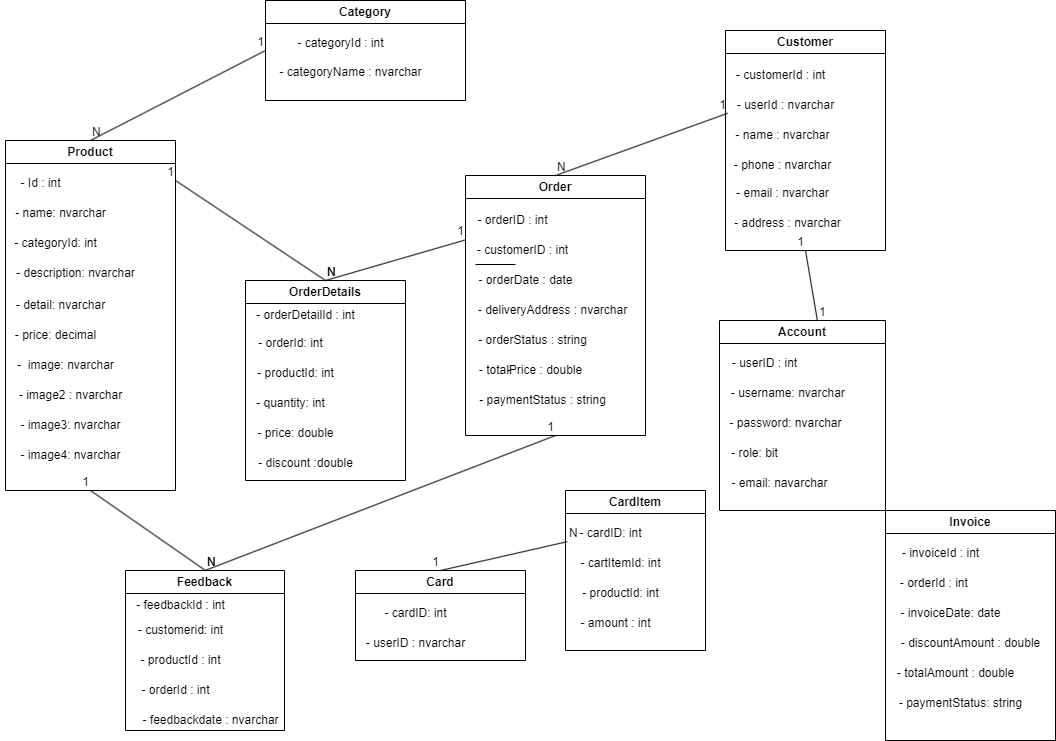
Above: vẽ class diagram cho web bán hàng-Trang-3.drawio.png in TTHTech/Diagram (draw.io), before the change. Source tidied: cells renumbered, new cells last; positions are measured from the earlier drawing's top-left corner, leaving out a move shared by most shapes.
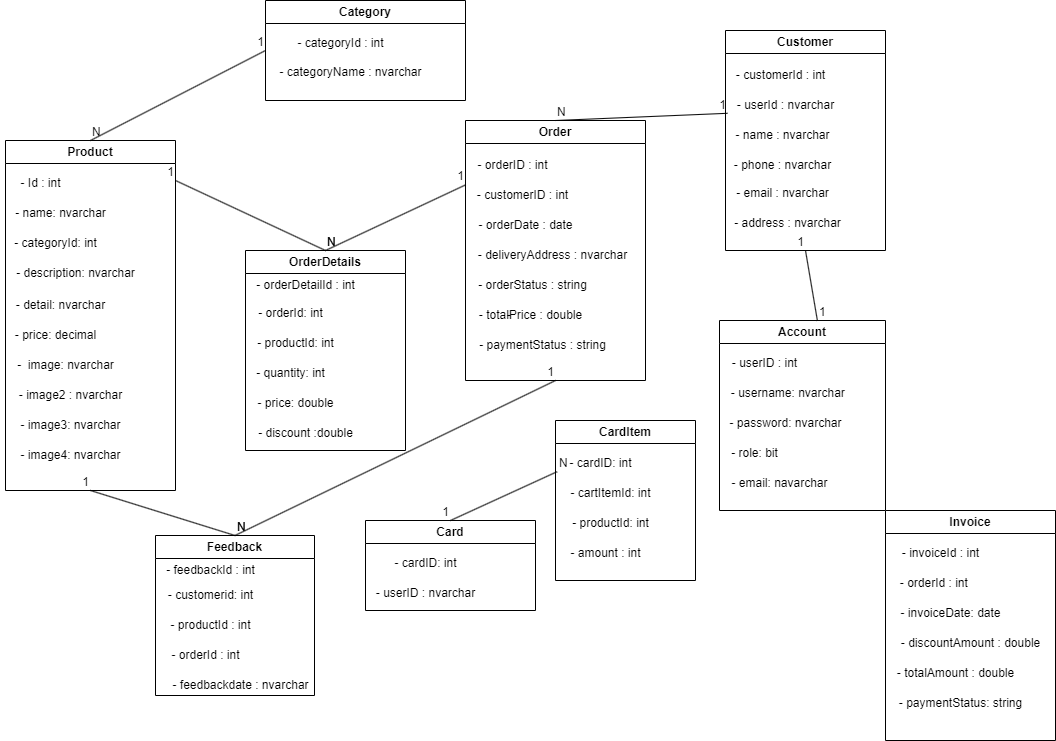
After the change.

Diff of the diagram source:
```diff
@@ -54,7 +54,7 @@
       <mxGeometry y="148" width="120" height="30" as="geometry" />
     </mxCell>
     <mxCell id="19" value="Card" style="swimlane;whiteSpace=wrap;html=1;" parent="1" vertex="1">
-      <mxGeometry x="355" y="570" width="170" height="90" as="geometry" />
+      <mxGeometry x="365" y="520" width="170" height="90" as="geometry" />
     </mxCell>
     <mxCell id="20" value="- cardID: int" style="text;html=1;align=center;verticalAlign=middle;strokeColor=none;fillColor=none;" parent="19" vertex="1">
       <mxGeometry x="15" y="28" width="90" height="30" as="geometry" />
@@ -72,7 +72,7 @@
       <mxGeometry y="57" width="170" height="30" as="geometry" />
     </mxCell>
     <mxCell id="25" value="Order" style="swimlane;whiteSpace=wrap;html=1;" parent="1" vertex="1">
-      <mxGeometry x="465" y="175" width="180" height="260" as="geometry" />
+      <mxGeometry x="465" y="120" width="180" height="260" as="geometry" />
     </mxCell>
     <mxCell id="26" value="- customerID : int" style="text;html=1;align=center;verticalAlign=middle;strokeColor=none;fillColor=none;" parent="25" vertex="1">
       <mxGeometry x="2" y="60" width="110" height="30" as="geometry" />
@@ -99,7 +99,7 @@
       <mxGeometry x="2" y="210" width="150" height="30" as="geometry" />
     </mxCell>
     <mxCell id="34" value="OrderDetails" style="swimlane;whiteSpace=wrap;html=1;" parent="1" vertex="1">
-      <mxGeometry x="245" y="280" width="160" height="200" as="geometry" />
+      <mxGeometry x="245" y="250" width="160" height="200" as="geometry" />
     </mxCell>
     <mxCell id="35" value="-&amp;nbsp;orderDetailId : int" style="text;html=1;align=center;verticalAlign=middle;strokeColor=none;fillColor=none;" parent="34" vertex="1">
       <mxGeometry y="20" width="120" height="30" as="geometry" />
@@ -120,7 +120,7 @@
       <mxGeometry y="168" width="120" height="30" as="geometry" />
     </mxCell>
     <mxCell id="41" value="Feedback" style="swimlane;whiteSpace=wrap;html=1;" parent="1" vertex="1">
-      <mxGeometry x="125" y="570" width="159" height="160" as="geometry" />
+      <mxGeometry x="155" y="535" width="159" height="160" as="geometry" />
     </mxCell>
     <mxCell id="42" value="- feedbackId : int" style="text;html=1;align=center;verticalAlign=middle;strokeColor=none;fillColor=none;" parent="41" vertex="1">
       <mxGeometry y="20" width="110" height="30" as="geometry" />
@@ -159,7 +159,7 @@
     </mxCell>
     <mxCell id="53" style="endArrow=none;html=1;rounded=0;entryX=-0.022;entryY=1.147;entryDx=0;entryDy=0;entryPerimeter=0;" parent="1" edge="1" target="27">
       <mxGeometry relative="1" as="geometry">
-        <mxPoint x="325" y="280" as="sourcePoint" />
+        <mxPoint x="325" y="250" as="sourcePoint" />
       </mxGeometry>
     </mxCell>
     <mxCell id="54" value="N" style="html=1;whiteSpace=wrap;align=left;verticalAlign=bottom;" parent="53" vertex="1">
@@ -199,7 +199,7 @@
       <mxGeometry x="1" relative="1" as="geometry" />
     </mxCell>
     <mxCell id="66" value="CardItem" style="swimlane;whiteSpace=wrap;html=1;" parent="1" vertex="1">
-      <mxGeometry x="565" y="490" width="140" height="160" as="geometry" />
+      <mxGeometry x="555" y="420" width="140" height="160" as="geometry" />
     </mxCell>
     <mxCell id="67" value="- cardID: int" style="text;html=1;align=center;verticalAlign=middle;points=[];strokeColor=none;fillColor=none;" parent="66" vertex="1">
       <mxGeometry y="28" width="90" height="30" as="geometry" />
@@ -234,10 +234,8 @@
     <mxCell id="77" value="-&amp;nbsp;invoiceId : int" style="text;html=1;align=center;verticalAlign=middle;strokeColor=none;fillColor=none;" parent="71" vertex="1">
       <mxGeometry x="5" y="28" width="100" height="30" as="geometry" />
     </mxCell>
-    <mxCell id="78" style="endArrow=none;html=1;rounded=0;entryX=0.5;entryY=1;entryDx=0;entryDy=0;" parent="1" edge="1" target="2">
-      <mxGeometry relative="1" as="geometry">
-        <mxPoint x="205" y="570" as="sourcePoint" />
-      </mxGeometry>
+    <mxCell id="78" style="endArrow=none;html=1;rounded=0;entryX=0.5;entryY=1;entryDx=0;entryDy=0;exitX=0.5;exitY=0;exitDx=0;exitDy=0;" parent="1" edge="1" source="41" target="2">
+      <mxGeometry relative="1" as="geometry" />
     </mxCell>
     <mxCell id="79" value="N" style="html=1;whiteSpace=wrap;align=left;verticalAlign=bottom;" parent="78" vertex="1">
       <mxGeometry x="-1" relative="1" as="geometry" />
@@ -263,9 +261,6 @@
     <mxCell id="86" value="1" style="html=1;whiteSpace=wrap;align=right;verticalAlign=bottom;" parent="84" vertex="1">
       <mxGeometry x="1" relative="1" as="geometry" />
     </mxCell>
-    <mxCell id="87" style="line;strokeWidth=1;fillColor=none;align=left;verticalAlign=middle;spacingTop=-1;spacingLeft=3;spacingRight=3;labelPosition=right;strokeColor=inherit;" parent="1" vertex="1">
-      <mxGeometry x="475" y="260" width="40" height="8" as="geometry" />
-    </mxCell>
     <mxCell id="88" style="endArrow=none;html=1;rounded=0;entryX=0.5;entryY=1;entryDx=0;entryDy=0;exitX=0.59;exitY=0.002;exitDx=0;exitDy=0;exitPerimeter=0;" parent="1" edge="1" source="13" target="56">
       <mxGeometry relative="1" as="geometry" />
     </mxCell>
```
